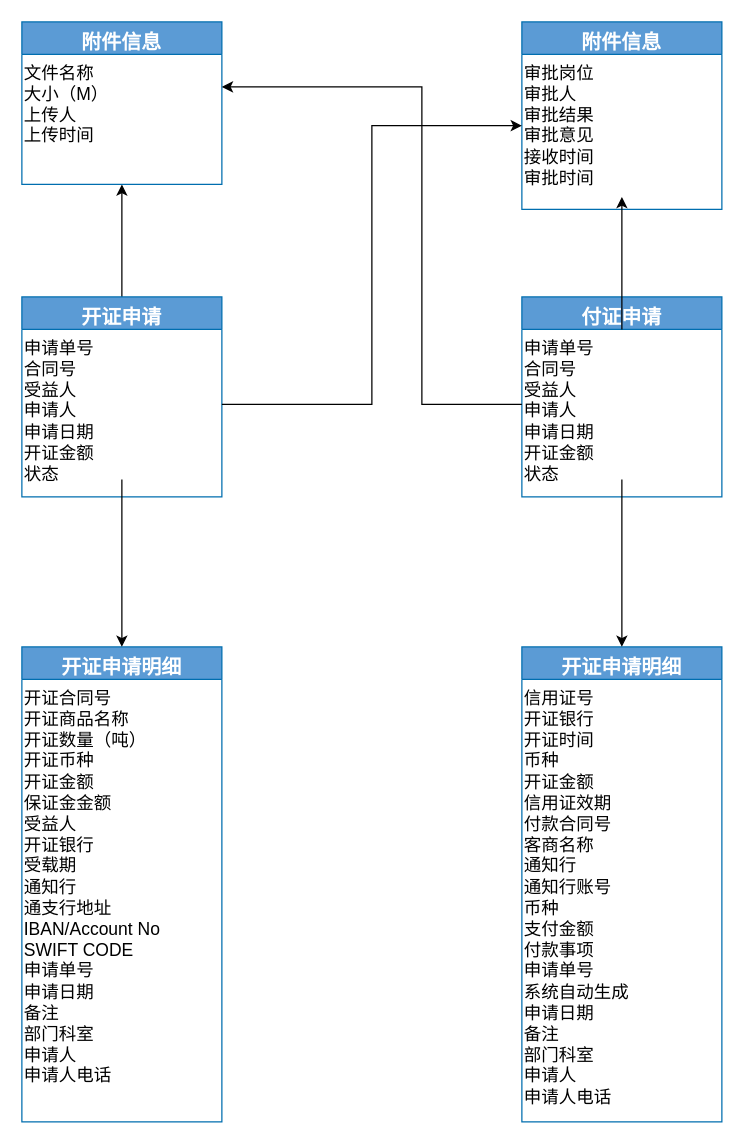
The draw.io diagram page "填报" (3 of 4) of 未命名绘图.drawio in vk567/vk567, before the edit. Source tidied: cells renumbered, new cells numbered last; positions are measured from the earlier drawing's top-left corner, leaving out a move shared by most shapes. Both pictures are drawn from the tidied source at 125%, with x=0, y=0 at pixel (21, 21).
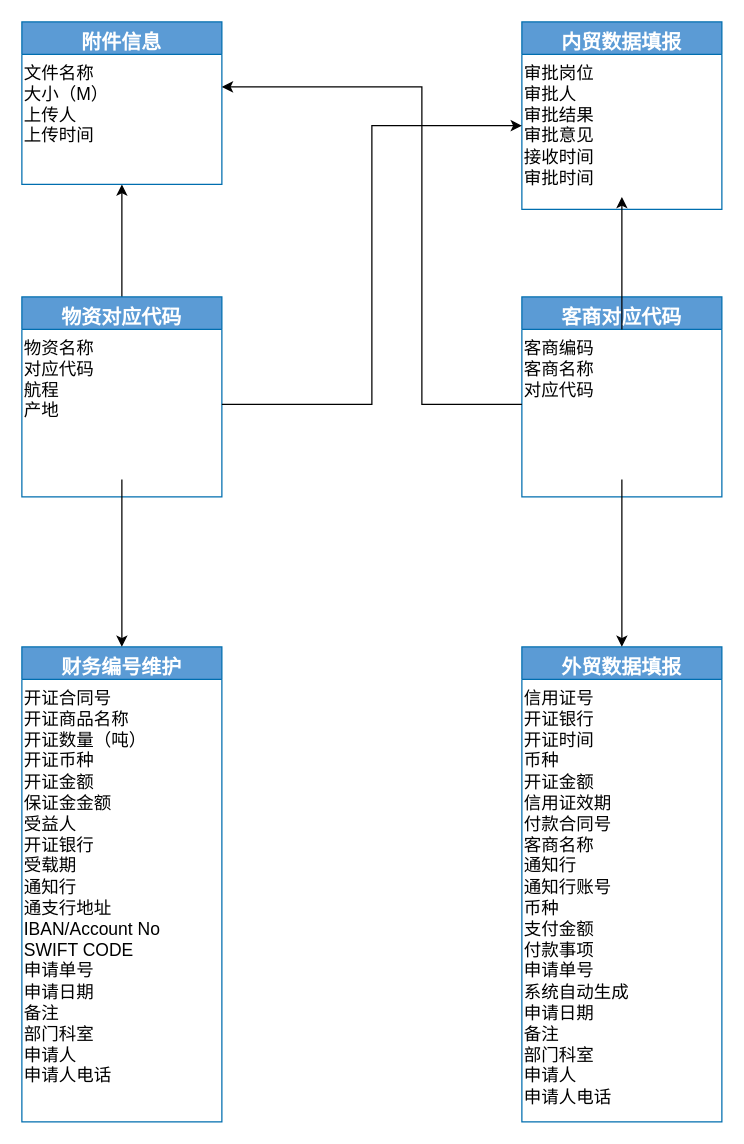
The same diagram, later.

Commit message (it also covers changes not shown here):
更新未命名绘图.drawio

Diff of the diagram source:
```diff
@@
-    <mxCell id="3" value="开证申请" style="swimlane;fontStyle=1;align=center;verticalAlign=top;horizontal=1;startSize=26;rounded=0;shadow=0;strokeWidth=1;fillColor=#5B9BD5;fontColor=#ffffff;strokeColor=#006EAF;fillStyle=solid;fontSize=16;" parent="1" vertex="1">
+    <mxCell id="3" value="物资对应代码" style="swimlane;fontStyle=1;align=center;verticalAlign=top;horizontal=1;startSize=26;rounded=0;shadow=0;strokeWidth=1;fillColor=#5B9BD5;fontColor=#ffffff;strokeColor=#006EAF;fillStyle=solid;fontSize=16;" parent="1" vertex="1">
       <mxGeometry y="220" width="160" height="160" as="geometry" />
     </mxCell>
-    <mxCell id="4" value="申请单号&#10;合同号&#10;受益人&#10;申请人&#10;申请日期&#10;开证金额&#10;状态" style="text;whiteSpace=wrap;html=1;fontSize=14;" parent="3" vertex="1">
+    <mxCell id="4" value="&lt;div&gt;物资名称&lt;/div&gt;&lt;div&gt;&lt;span style=&quot;font-size: 14px;&quot;&gt;对应代码&lt;/span&gt;&lt;/div&gt;&lt;div&gt;&lt;span style=&quot;font-size: 14px;&quot;&gt;航程&lt;/span&gt;&lt;/div&gt;&lt;div&gt;&lt;span style=&quot;font-size: 14px;&quot;&gt;产地&lt;/span&gt;&lt;/div&gt;" style="text;whiteSpace=wrap;html=1;fontSize=14;" parent="3" vertex="1">
       <mxGeometry y="26" width="160" height="120" as="geometry" />
     </mxCell>
-    <mxCell id="5" value="开证申请明细&#10;" style="swimlane;fontStyle=1;align=center;verticalAlign=top;horizontal=1;startSize=26;rounded=0;shadow=0;strokeWidth=1;fillColor=#5B9BD5;fontColor=#ffffff;strokeColor=#006EAF;fillStyle=solid;fontSize=16;" parent="1" vertex="1">
+    <mxCell id="5" value="财务编号维护&#10;" style="swimlane;fontStyle=1;align=center;verticalAlign=top;horizontal=1;startSize=26;rounded=0;shadow=0;strokeWidth=1;fillColor=#5B9BD5;fontColor=#ffffff;strokeColor=#006EAF;fillStyle=solid;fontSize=16;" parent="1" vertex="1">
       <mxGeometry y="500" width="160" height="380" as="geometry" />
     </mxCell>
@@
-    <mxCell id="8" value="付证申请" style="swimlane;fontStyle=1;align=center;verticalAlign=top;horizontal=1;startSize=26;rounded=0;shadow=0;strokeWidth=1;fillColor=#5B9BD5;fontColor=#ffffff;strokeColor=#006EAF;fillStyle=solid;fontSize=16;" parent="1" vertex="1">
+    <mxCell id="8" value="客商对应代码" style="swimlane;fontStyle=1;align=center;verticalAlign=top;horizontal=1;startSize=26;rounded=0;shadow=0;strokeWidth=1;fillColor=#5B9BD5;fontColor=#ffffff;strokeColor=#006EAF;fillStyle=solid;fontSize=16;" parent="1" vertex="1">
       <mxGeometry x="400" y="220" width="160" height="160" as="geometry" />
     </mxCell>
-    <mxCell id="9" value="申请单号&#10;合同号&#10;受益人&#10;申请人&#10;申请日期&#10;开证金额&#10;状态" style="text;whiteSpace=wrap;html=1;fontSize=14;" parent="8" vertex="1">
+    <mxCell id="9" value="&lt;div&gt;客商编码&lt;/div&gt;&lt;div&gt;&lt;span style=&quot;font-size: 14px;&quot;&gt;客商名称&lt;/span&gt;&lt;/div&gt;&lt;div&gt;&lt;span style=&quot;font-size: 14px;&quot;&gt;对应代码&lt;/span&gt;&lt;/div&gt;" style="text;whiteSpace=wrap;html=1;fontSize=14;" parent="8" vertex="1">
       <mxGeometry y="26" width="160" height="120" as="geometry" />
     </mxCell>
-    <mxCell id="10" value="开证申请明细&#10;" style="swimlane;fontStyle=1;align=center;verticalAlign=top;horizontal=1;startSize=26;rounded=0;shadow=0;strokeWidth=1;fillColor=#5B9BD5;fontColor=#ffffff;strokeColor=#006EAF;fillStyle=solid;fontSize=16;" parent="1" vertex="1">
+    <mxCell id="10" value="外贸数据填报" style="swimlane;fontStyle=1;align=center;verticalAlign=top;horizontal=1;startSize=26;rounded=0;shadow=0;strokeWidth=1;fillColor=#5B9BD5;fontColor=#ffffff;strokeColor=#006EAF;fillStyle=solid;fontSize=16;" parent="1" vertex="1">
       <mxGeometry x="400" y="500" width="160" height="380" as="geometry" />
     </mxCell>
@@
-    <mxCell id="15" value="附件信息" style="swimlane;fontStyle=1;align=center;verticalAlign=top;horizontal=1;startSize=26;rounded=0;shadow=0;strokeWidth=1;fillColor=#5B9BD5;fontColor=#ffffff;strokeColor=#006EAF;fillStyle=solid;fontSize=16;" parent="1" vertex="1">
+    <mxCell id="15" value="内贸数据填报&#10;" style="swimlane;fontStyle=1;align=center;verticalAlign=top;horizontal=1;startSize=26;rounded=0;shadow=0;strokeWidth=1;fillColor=#5B9BD5;fontColor=#ffffff;strokeColor=#006EAF;fillStyle=solid;fontSize=16;" parent="1" vertex="1">
       <mxGeometry x="400" width="160" height="150" as="geometry" />
     </mxCell>
```
